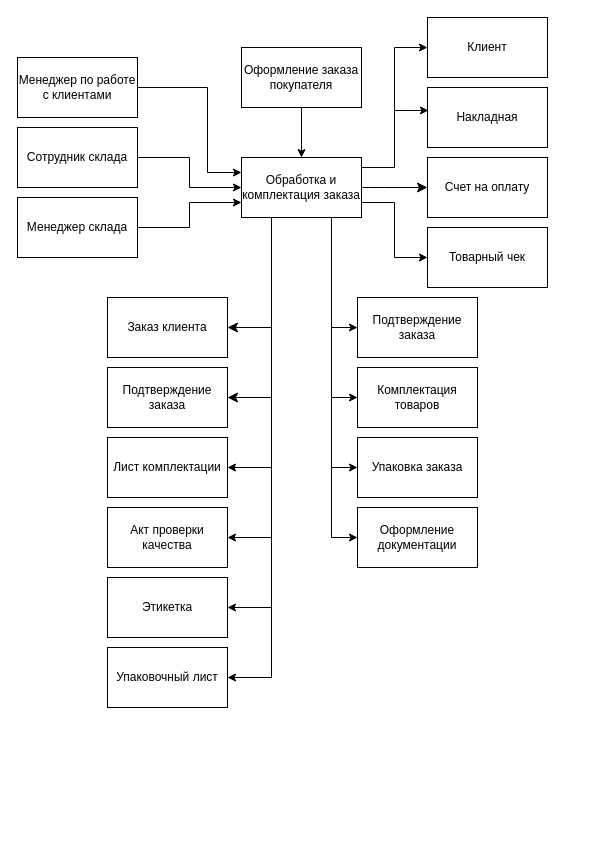
The draw.io diagram Практика 11.01/UML/214.drawio in Mirasali-1/Ychebnaya_Praktika, before the edit. Source tidied: cells renumbered, new cells numbered last; positions are measured from the earlier drawing's top-left corner, leaving out a move shared by most shapes. Both pictures are drawn from the tidied source at 100%, with x=0, y=0 at pixel (17, 17).
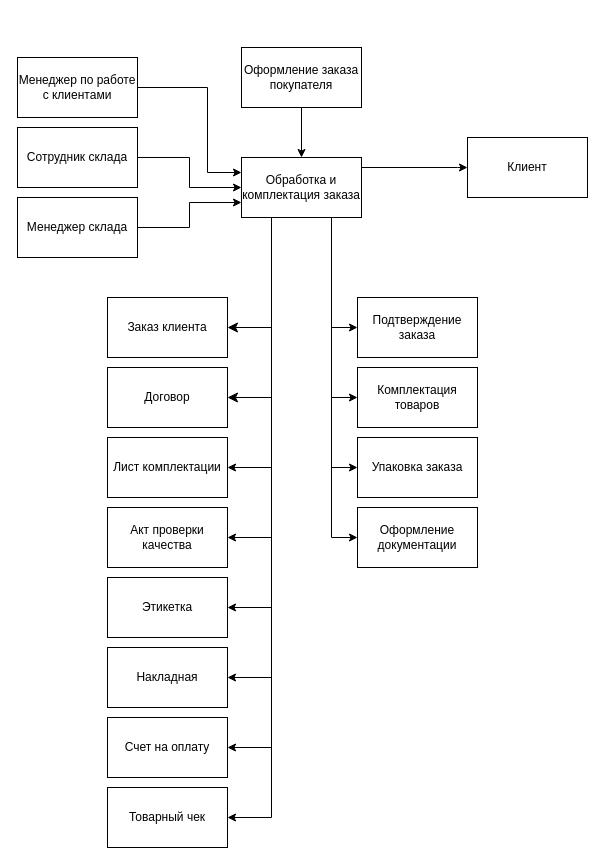
Above is the later version.

Unchanged cells that the change refers to:
```xml
<mxCell id="15" value="Обработка и комплектация заказа" style="rounded=0;whiteSpace=wrap;html=1;" parent="1" vertex="1">
  <mxGeometry x="224" y="140" width="120" height="60" as="geometry" />
</mxCell>
```

Diff of the diagram source:
```diff
@@
     <mxCell id="2" style="edgeStyle=orthogonalEdgeStyle;rounded=0;jettySize=auto;html=1;exitX=1;exitY=0.5;exitDx=0;exitDy=0;entryX=0;entryY=0.5;entryDx=0;entryDy=0;" parent="1" edge="1" source="15" target="20">
       <mxGeometry relative="1" as="geometry">
         <Array as="points">
           <mxPoint x="344" y="150" />
-          <mxPoint x="377" y="150" />
-          <mxPoint x="377" y="30" />
+          <mxPoint x="440" y="150" />
         </Array>
       </mxGeometry>
     </mxCell>
-    <mxCell id="3" style="edgeStyle=orthogonalEdgeStyle;rounded=0;jettySize=auto;html=1;exitX=1;exitY=0.75;exitDx=0;exitDy=0;entryX=0;entryY=0.5;entryDx=0;entryDy=0;" parent="1" edge="1" source="15" target="25">
-      <mxGeometry relative="1" as="geometry" />
-    </mxCell>
@@
-    <mxCell id="7" style="edgeStyle=orthogonalEdgeStyle;rounded=0;jettySize=auto;html=1;exitX=0.25;exitY=1;exitDx=0;exitDy=0;entryX=1;entryY=0.5;entryDx=0;entryDy=0;" parent="1" edge="1" source="15" target="29">
-      <mxGeometry relative="1" as="geometry" />
-    </mxCell>
@@
+    <mxCell id="26" style="edgeStyle=orthogonalEdgeStyle;rounded=0;jettySize=auto;html=1;exitX=0.25;exitY=1;exitDx=0;exitDy=0;entryX=1;entryY=0.5;entryDx=0;entryDy=0;" parent="1" edge="1" source="15" target="24">
+      <mxGeometry relative="1" as="geometry" />
+    </mxCell>
-    <mxCell id="14" style="edgeStyle=none;curved=1;rounded=0;jettySize=auto;html=1;exitX=1;exitY=0.5;exitDx=0;exitDy=0;entryX=0;entryY=0.5;entryDx=0;entryDy=0;fontSize=12;startSize=8;endSize=8;" parent="1" edge="1" source="15" target="36">
+    <mxCell id="14" style="edgeStyle=orthogonalEdgeStyle;rounded=0;jettySize=auto;html=1;exitX=0.25;exitY=1;exitDx=0;exitDy=0;entryX=1;entryY=0.5;entryDx=0;entryDy=0;" parent="1" edge="1" source="15" target="36">
       <mxGeometry relative="1" as="geometry" />
     </mxCell>
+    <mxCell id="3" style="edgeStyle=orthogonalEdgeStyle;rounded=0;jettySize=auto;html=1;exitX=0.25;exitY=1;exitDx=0;exitDy=0;entryX=1;entryY=0.5;entryDx=0;entryDy=0;" parent="1" edge="1" source="15" target="25">
+      <mxGeometry relative="1" as="geometry" />
+    </mxCell>
@@
     <mxCell id="20" value="Клиент" style="rounded=0;whiteSpace=wrap;html=1;" parent="1" vertex="1">
-      <mxGeometry x="410" width="120" height="60" as="geometry" />
+      <mxGeometry x="450" y="120" width="120" height="60" as="geometry" />
     </mxCell>
@@
     <mxCell id="24" value="Накладная" style="rounded=0;whiteSpace=wrap;html=1;" parent="1" vertex="1">
-      <mxGeometry x="410" y="70" width="120" height="60" as="geometry" />
+      <mxGeometry x="90" y="630" width="120" height="60" as="geometry" />
     </mxCell>
     <mxCell id="25" value="Товарный чек" style="rounded=0;whiteSpace=wrap;html=1;" parent="1" vertex="1">
-      <mxGeometry x="410" y="210" width="120" height="60" as="geometry" />
+      <mxGeometry x="90" y="770" width="120" height="60" as="geometry" />
     </mxCell>
-    <mxCell id="26" style="edgeStyle=orthogonalEdgeStyle;rounded=0;jettySize=auto;html=1;exitX=1;exitY=0.5;exitDx=0;exitDy=0;entryX=0.008;entryY=0.383;entryDx=0;entryDy=0;entryPerimeter=0;" parent="1" edge="1" source="15" target="24">
-      <mxGeometry relative="1" as="geometry">
-        <Array as="points">
-          <mxPoint x="344" y="150" />
-          <mxPoint x="377" y="150" />
-          <mxPoint x="377" y="93" />
-        </Array>
-      </mxGeometry>
-    </mxCell>
@@
-    <mxCell id="29" value="Упаковочный лист" style="rounded=0;whiteSpace=wrap;html=1;" parent="1" vertex="1">
-      <mxGeometry x="90" y="630" width="120" height="60" as="geometry" />
-    </mxCell>
@@
-    <mxCell id="35" value="Подтверждение заказа" style="rounded=0;whiteSpace=wrap;html=1;" parent="1" vertex="1">
+    <mxCell id="35" value="Договор" style="rounded=0;whiteSpace=wrap;html=1;" parent="1" vertex="1">
       <mxGeometry x="90" y="350" width="120" height="60" as="geometry" />
     </mxCell>
     <mxCell id="36" value="Счет на оплату" style="rounded=0;whiteSpace=wrap;html=1;" parent="1" vertex="1">
-      <mxGeometry x="410" y="140" width="120" height="60" as="geometry" />
+      <mxGeometry x="90" y="700" width="120" height="60" as="geometry" />
     </mxCell>
```
